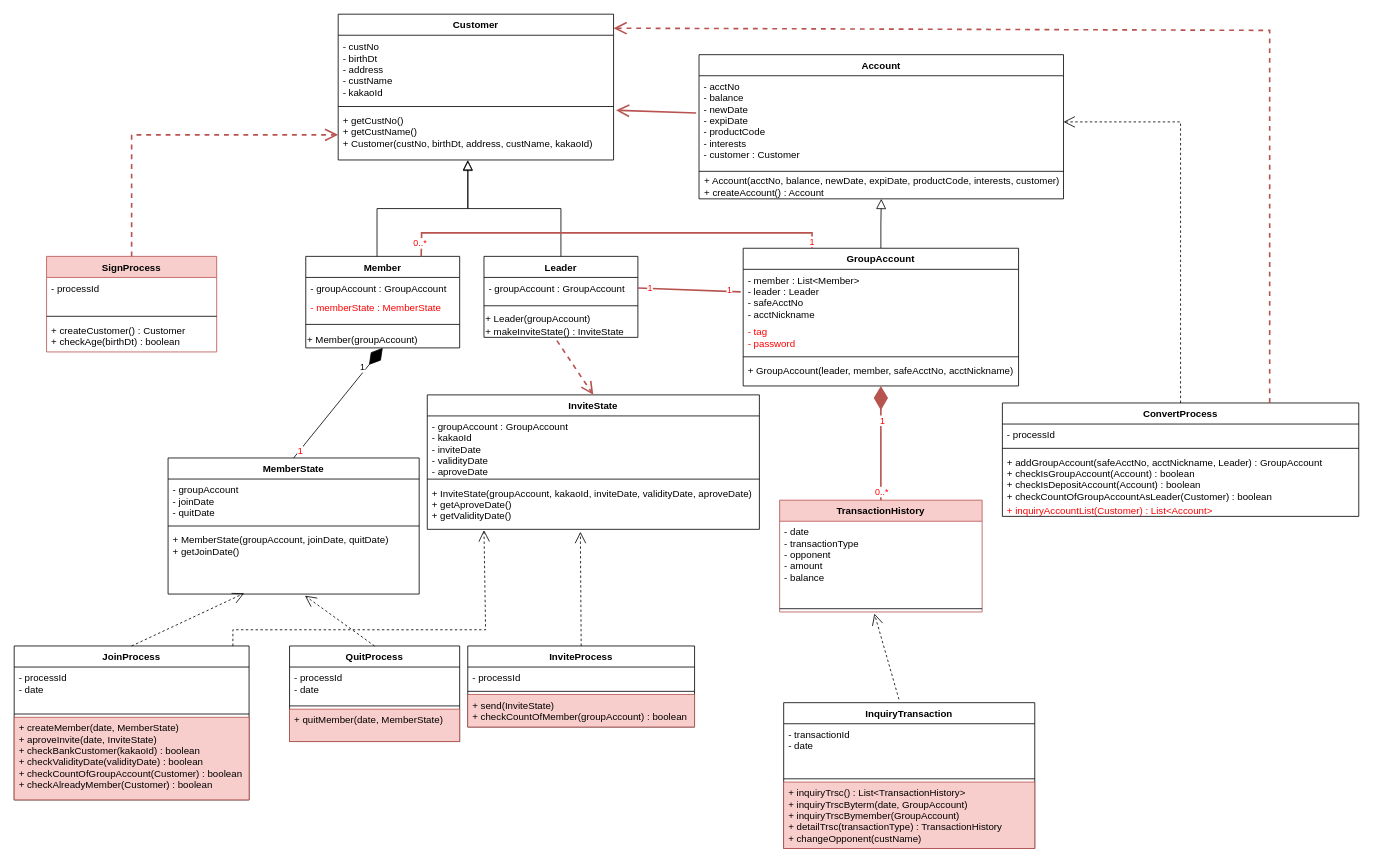
Earlier version of the draw.io diagram page "Page-2" (2 of 2) of Class Diagram.drawio (h22j2n/BeakJoon). Source tidied: cells renumbered, new cells numbered last; positions are measured from the earlier drawing's top-left corner, leaving out a move shared by most shapes. Both pictures are drawn from the tidied source at 81%, with x=0, y=0 at pixel (14, 14).
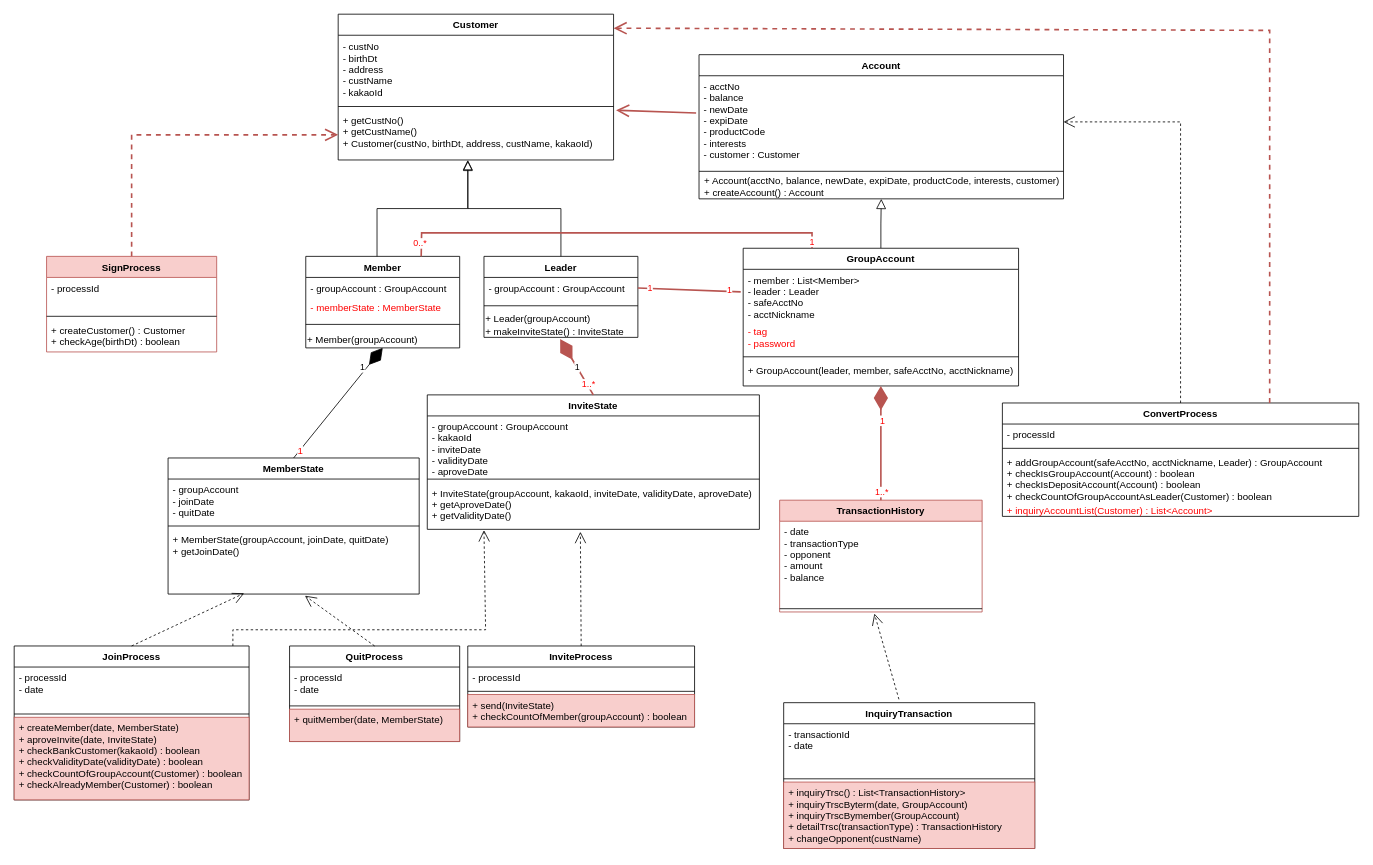
The same page after the edit.

Unchanged cells that the change refers to:
```xml
<mxCell id="24" value="+ Leader(groupAccount)&lt;br&gt;+ makeInviteState() : InviteState" style="text;html=1;align=left;verticalAlign=middle;points=[];" parent="21" vertex="1">
  <mxGeometry y="70" width="190" height="30" as="geometry" />
</mxCell>
<mxCell id="48" value="InviteState" style="swimlane;fontStyle=1;align=center;verticalAlign=top;horizontal=1;startSize=26;" parent="1" vertex="1">
  <mxGeometry x="510" y="470" width="410" height="166" as="geometry" />
</mxCell>
<mxCell id="75" style="endArrow=diamondThin;endFill=1;endSize=24;html=1;strokeWidth=2;fontColor=#FF0000;exitX=0.5;exitY=0;exitDx=0;exitDy=0;fillColor=#f8cecc;strokeColor=#b85450;" parent="1" edge="1" source="72" target="11">
  <mxGeometry relative="1" as="geometry" />
</mxCell>
```

Change to the diagram source:
```diff
@@
-    <mxCell id="77" value="0..*" style="edgeLabel;html=1;align=center;verticalAlign=middle;fontColor=#FF0000;" parent="75" vertex="1">
+    <mxCell id="77" value="1..*" style="edgeLabel;html=1;align=center;verticalAlign=middle;fontColor=#FF0000;" parent="75" vertex="1">
       <mxGeometry x="-0.85" relative="1" as="geometry" />
     </mxCell>
@@
-    <mxCell id="84" style="endArrow=open;endSize=12;dashed=1;html=1;strokeWidth=2;fontColor=#FF0000;exitX=0.474;exitY=1.133;exitDx=0;exitDy=0;exitPerimeter=0;entryX=0.5;entryY=0;entryDx=0;entryDy=0;fillColor=#f8cecc;strokeColor=#b85450;rounded=0;" parent="1" edge="1" source="24" target="48">
-      <mxGeometry relative="1" as="geometry" />
-    </mxCell>
+    <mxCell id="85" value="1" style="endArrow=diamondThin;endFill=1;endSize=24;html=1;entryX=0.495;entryY=1.067;entryDx=0;entryDy=0;entryPerimeter=0;exitX=0.5;exitY=0;exitDx=0;exitDy=0;fillColor=#f8cecc;strokeColor=#b85450;strokeWidth=2;" parent="1" edge="1" source="48" target="24">
+      <mxGeometry relative="1" as="geometry" />
+    </mxCell>
+    <mxCell id="86" value="&lt;font color=&quot;#ff0000&quot;&gt;1..*&lt;/font&gt;" style="edgeLabel;html=1;align=center;verticalAlign=middle;" parent="85" vertex="1">
+      <mxGeometry x="-0.63" y="-1" relative="1" as="geometry" />
+    </mxCell>
```
